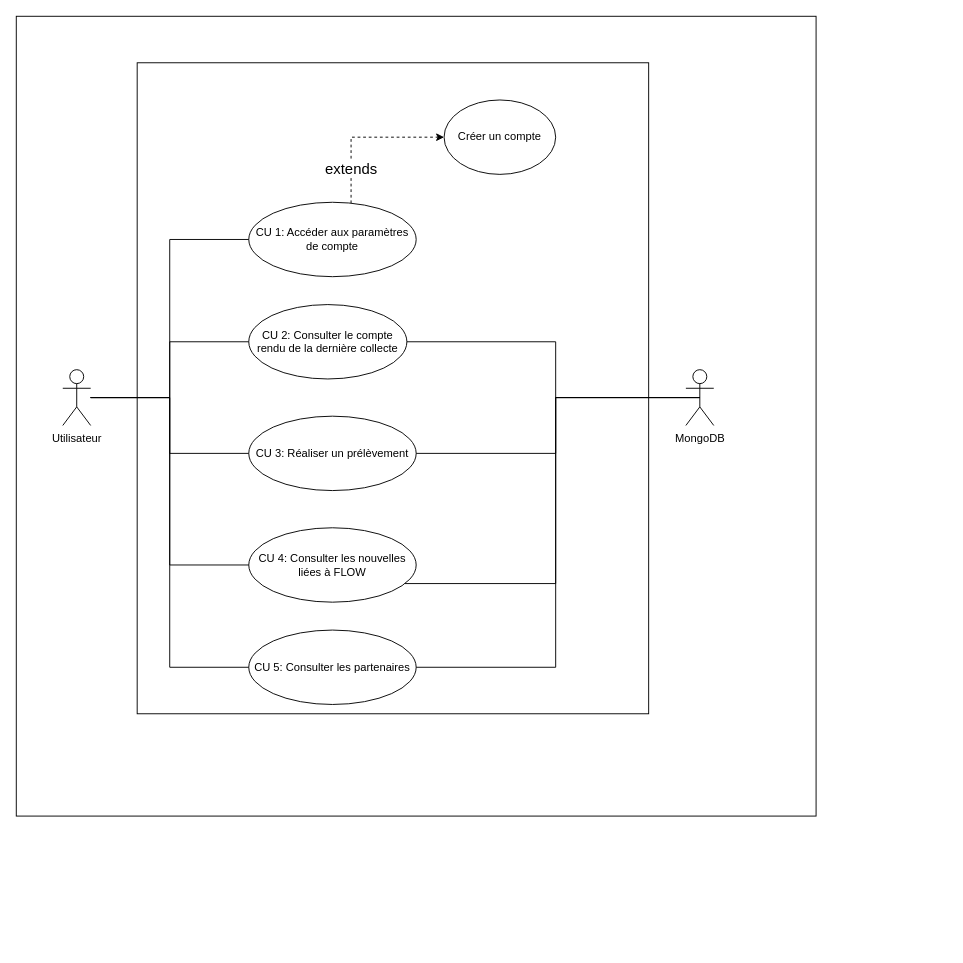
Above: 3.1_Page_principal.drawio in MurielleMardenli200/projet4_architecture (draw.io), before the change. Source tidied: cells renumbered, new cells numbered last; positions are measured from the earlier drawing's top-left corner, leaving out a move shared by most shapes. Both pictures are drawn from the tidied source at 93%, with x=0, y=0 at pixel (16, 16).
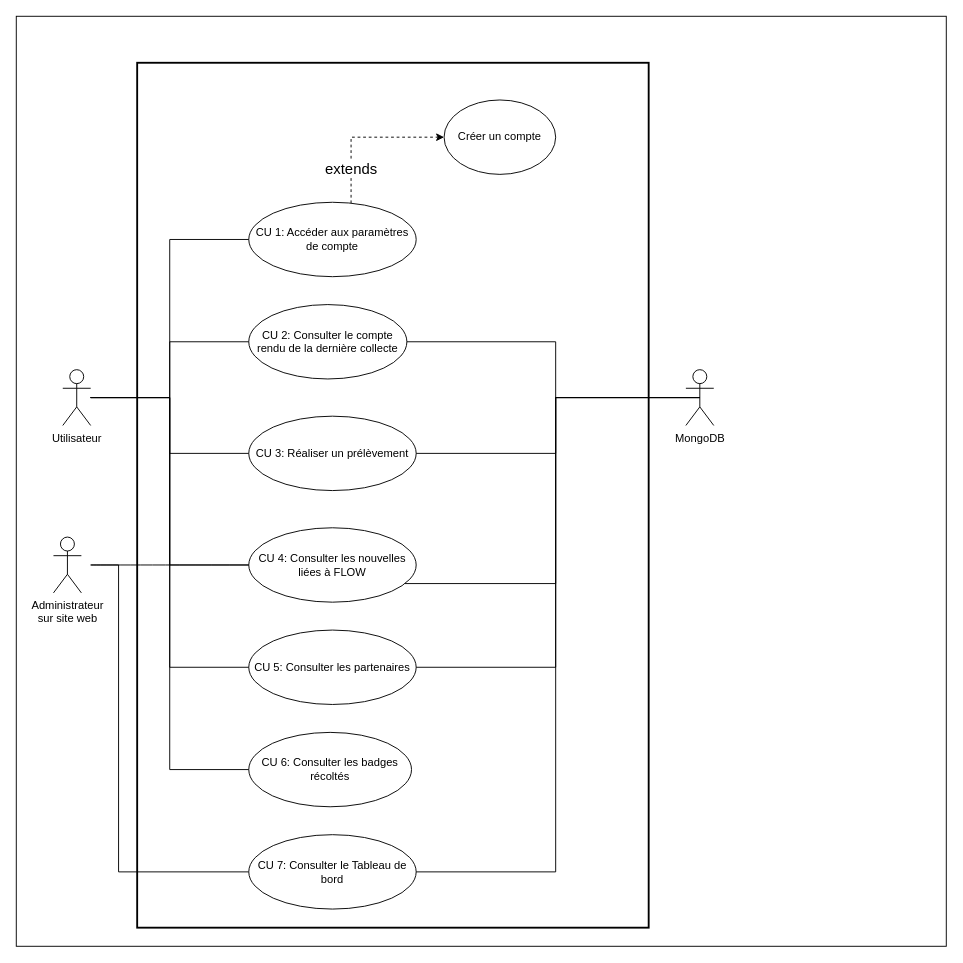
The same diagram, later.

Unchanged cells that the change refers to:
```xml
<mxCell id="11" value="CU 4: Consulter les nouvelles liées à FLOW" style="ellipse;whiteSpace=wrap;html=1;" parent="1" vertex="1">
  <mxGeometry x="250" y="550" width="180" height="80" as="geometry" />
</mxCell>
```

Change to the diagram source:
```diff
@@
     <mxCell id="2" style="whiteSpace=wrap;html=1;" parent="1" vertex="1">
-      <mxGeometry width="860" height="860" as="geometry" />
+      <mxGeometry width="1000" height="1000" as="geometry" />
     </mxCell>
@@
-    <mxCell id="4" style="rounded=0;whiteSpace=wrap;html=1;" parent="1" vertex="1">
-      <mxGeometry x="130" y="50" width="550" height="700" as="geometry" />
+    <mxCell id="4" style="rounded=0;whiteSpace=wrap;html=1;strokeWidth=2;" parent="1" vertex="1">
+      <mxGeometry x="130" y="50" width="550" height="930" as="geometry" />
     </mxCell>
@@
+    <mxCell id="23" value="Administrateur&lt;br&gt;sur site web" style="shape=umlActor;verticalLabelPosition=bottom;verticalAlign=top;html=1;" parent="1" vertex="1">
+      <mxGeometry x="40" y="560" width="30" height="60" as="geometry" />
+    </mxCell>
+    <mxCell id="24" style="edgeStyle=elbowEdgeStyle;rounded=0;jettySize=auto;html=1;entryX=0;entryY=0.5;entryDx=0;entryDy=0;endArrow=none;startFill=0;" parent="1" edge="1" target="25">
+      <mxGeometry relative="1" as="geometry">
+        <mxPoint x="80" y="590" as="sourcePoint" />
+        <Array as="points">
+          <mxPoint x="110" y="690" />
+        </Array>
+      </mxGeometry>
+    </mxCell>
+    <mxCell id="25" value="CU 7: Consulter le Tableau de bord" style="ellipse;whiteSpace=wrap;html=1;" parent="1" vertex="1">
+      <mxGeometry x="250" y="880" width="180" height="80" as="geometry" />
+    </mxCell>
+    <mxCell id="26" style="edgeStyle=orthogonalEdgeStyle;rounded=0;jettySize=auto;html=1;entryX=0.5;entryY=0.5;entryDx=0;entryDy=0;entryPerimeter=0;endArrow=none;startFill=0;exitX=1;exitY=0.5;exitDx=0;exitDy=0;" parent="1" edge="1" source="25">
+      <mxGeometry relative="1" as="geometry">
+        <mxPoint x="735" y="410" as="targetPoint" />
+        <Array as="points">
+          <mxPoint x="580" y="920" />
+          <mxPoint x="580" y="410" />
+        </Array>
+      </mxGeometry>
+    </mxCell>
+    <mxCell id="27" value="CU 6: Consulter les badges récoltés" style="ellipse;whiteSpace=wrap;html=1;" parent="1" vertex="1">
+      <mxGeometry x="250" y="770" width="175" height="80" as="geometry" />
+    </mxCell>
+    <mxCell id="28" style="edgeStyle=elbowEdgeStyle;rounded=0;jettySize=auto;html=1;entryX=0;entryY=0.5;entryDx=0;entryDy=0;endArrow=none;startFill=0;" parent="1" edge="1" target="27">
+      <mxGeometry relative="1" as="geometry">
+        <mxPoint x="80" y="410" as="sourcePoint" />
+      </mxGeometry>
+    </mxCell>
+    <mxCell id="29" style="endArrow=none;html=1;rounded=0;fontSize=12;startSize=8;endSize=8;curved=1;entryX=0;entryY=0.5;entryDx=0;entryDy=0;" parent="1" edge="1" target="11">
+      <mxGeometry relative="1" as="geometry">
+        <mxPoint x="80" y="590" as="sourcePoint" />
+      </mxGeometry>
+    </mxCell>
```
